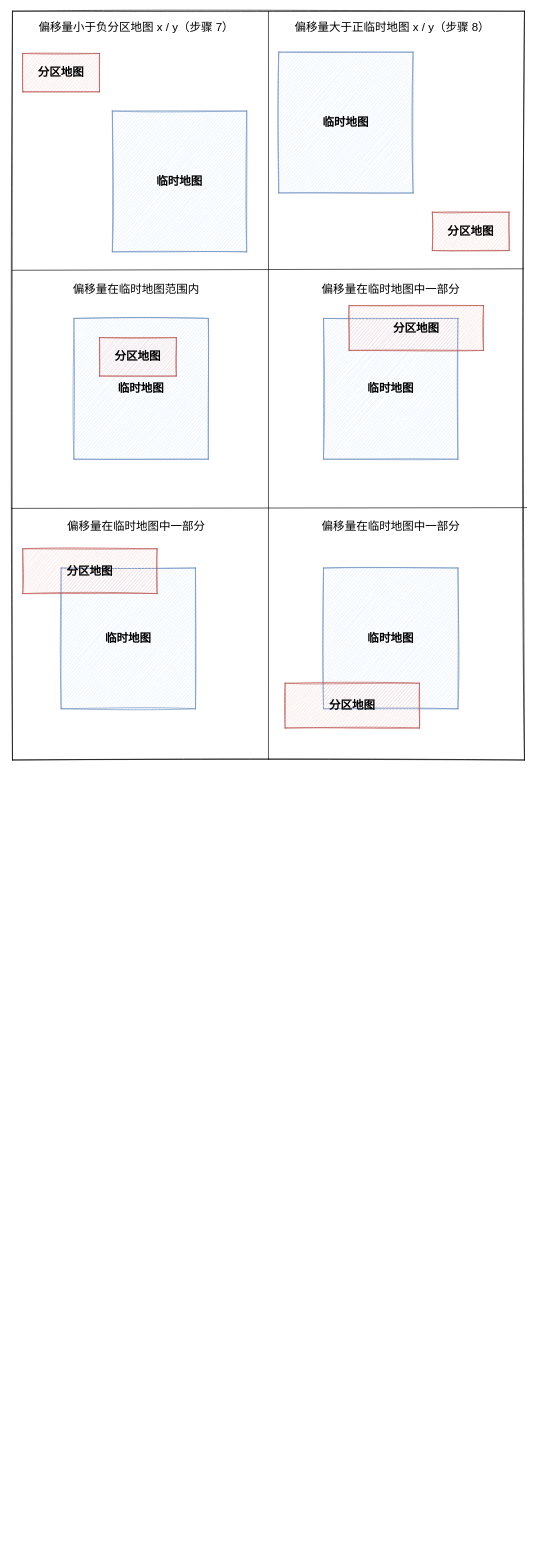
The draw.io diagram 地图融合逻辑.drawio in dev-dylan/draw.io, before the edit. Source tidied: cells renumbered, new cells numbered last; positions are measured from the earlier drawing's top-left corner, leaving out a move shared by most shapes. Both pictures are drawn from the tidied source at 64%, with x=0, y=0 at pixel (12, 11).
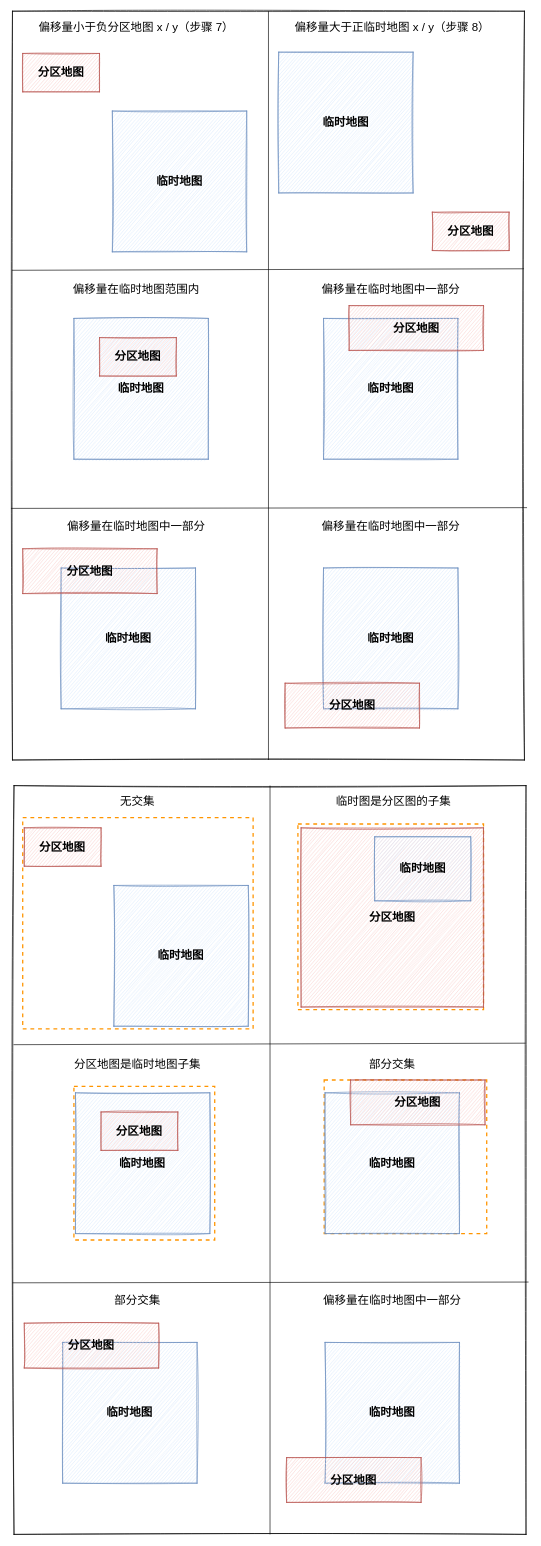
After the change.

Commit message:
更新地图融合逻辑.drawio

Change to the diagram source:
```diff
@@
+    <mxCell id="24" style="rounded=0;whiteSpace=wrap;html=1;glass=0;sketch=1;fontSize=18;" parent="1" vertex="1">
+      <mxGeometry x="2.4" y="1210" width="800" height="1170" as="geometry" />
+    </mxCell>
+    <mxCell id="25" style="rounded=0;whiteSpace=wrap;html=1;dashed=1;fillColor=none;strokeColor=#ff9500;strokeWidth=2;" parent="1" vertex="1">
+      <mxGeometry x="16" y="1260" width="360" height="330" as="geometry" />
+    </mxCell>
+    <mxCell id="26" style="rounded=0;whiteSpace=wrap;html=1;dashed=1;fillColor=none;strokeColor=#ff9500;strokeWidth=2;" parent="1" vertex="1">
+      <mxGeometry x="446" y="1270" width="290" height="290" as="geometry" />
+    </mxCell>
+    <mxCell id="27" style="rounded=0;whiteSpace=wrap;html=1;dashed=1;fillColor=none;strokeColor=#ff9500;strokeWidth=2;" parent="1" vertex="1">
+      <mxGeometry x="96" y="1680" width="220" height="240" as="geometry" />
+    </mxCell>
+    <mxCell id="28" style="rounded=0;whiteSpace=wrap;html=1;dashed=1;fillColor=none;strokeColor=#ff9500;strokeWidth=2;" parent="1" vertex="1">
+      <mxGeometry x="487" y="1670" width="254" height="240" as="geometry" />
+    </mxCell>
@@
+    <mxCell id="29" value="&lt;b&gt;&lt;font style=&quot;font-size: 18px;&quot;&gt;临时地图&lt;/font&gt;&lt;/b&gt;" style="rounded=0;whiteSpace=wrap;html=1;fillColor=#dae8fc;strokeColor=#6c8ebf;glass=0;sketch=1;" parent="1" vertex="1">
+      <mxGeometry x="158.4" y="1366" width="210" height="220" as="geometry" />
+    </mxCell>
+    <mxCell id="30" value="&lt;b&gt;&lt;font style=&quot;font-size: 18px;&quot;&gt;分区地图&lt;/font&gt;&lt;/b&gt;" style="rounded=0;whiteSpace=wrap;html=1;glass=0;sketch=1;fillColor=#f8cecc;strokeColor=#b85450;" parent="1" vertex="1">
+      <mxGeometry x="18.4" y="1276" width="120" height="60" as="geometry" />
+    </mxCell>
+    <mxCell id="31" value="&lt;b&gt;&lt;font style=&quot;font-size: 18px;&quot;&gt;分区地图&lt;/font&gt;&lt;/b&gt;" style="rounded=0;whiteSpace=wrap;html=1;glass=0;sketch=1;fillColor=#f8cecc;strokeColor=#b85450;" parent="1" vertex="1">
+      <mxGeometry x="451" y="1276" width="285" height="280" as="geometry" />
+    </mxCell>
+    <mxCell id="32" value="&lt;b&gt;&lt;font style=&quot;font-size: 18px;&quot;&gt;临时地图&lt;/font&gt;&lt;/b&gt;" style="rounded=0;whiteSpace=wrap;html=1;fillColor=#dae8fc;strokeColor=#6c8ebf;glass=0;sketch=1;" parent="1" vertex="1">
+      <mxGeometry x="566" y="1290" width="150" height="100" as="geometry" />
+    </mxCell>
+    <mxCell id="33" value="&lt;b&gt;&lt;font style=&quot;font-size: 18px;&quot;&gt;临时地图&lt;/font&gt;&lt;/b&gt;" style="rounded=0;whiteSpace=wrap;html=1;fillColor=#dae8fc;strokeColor=#6c8ebf;glass=0;sketch=1;" parent="1" vertex="1">
+      <mxGeometry x="98.4" y="1690" width="210" height="220" as="geometry" />
+    </mxCell>
+    <mxCell id="34" value="&lt;b&gt;&lt;font style=&quot;font-size: 18px;&quot;&gt;分区地图&lt;/font&gt;&lt;/b&gt;" style="rounded=0;whiteSpace=wrap;html=1;glass=0;sketch=1;fillColor=#f8cecc;strokeColor=#b85450;" parent="1" vertex="1">
+      <mxGeometry x="138.4" y="1720" width="120" height="60" as="geometry" />
+    </mxCell>
+    <mxCell id="35" style="endArrow=none;html=1;rounded=0;fontSize=18;entryX=0.5;entryY=0;entryDx=0;entryDy=0;exitX=0.5;exitY=1;exitDx=0;exitDy=0;" parent="1" edge="1" source="24" target="24">
+      <mxGeometry relative="1" as="geometry" />
+    </mxCell>
+    <mxCell id="36" value="&lt;b&gt;&lt;font style=&quot;font-size: 18px;&quot;&gt;临时地图&lt;/font&gt;&lt;/b&gt;" style="rounded=0;whiteSpace=wrap;html=1;fillColor=#dae8fc;strokeColor=#6c8ebf;glass=0;sketch=1;" parent="1" vertex="1">
+      <mxGeometry x="488.4" y="1690" width="210" height="220" as="geometry" />
+    </mxCell>
+    <mxCell id="37" value="&lt;b&gt;&lt;font style=&quot;font-size: 18px;&quot;&gt;分区地图&lt;/font&gt;&lt;/b&gt;" style="rounded=0;whiteSpace=wrap;html=1;glass=0;sketch=1;fillColor=#f8cecc;strokeColor=#b85450;" parent="1" vertex="1">
+      <mxGeometry x="528.4" y="1670" width="210" height="70" as="geometry" />
+    </mxCell>
+    <mxCell id="38" value="&lt;b&gt;&lt;font style=&quot;font-size: 18px;&quot;&gt;临时地图&lt;/font&gt;&lt;/b&gt;" style="rounded=0;whiteSpace=wrap;html=1;fillColor=#dae8fc;strokeColor=#6c8ebf;glass=0;sketch=1;" parent="1" vertex="1">
+      <mxGeometry x="78.4" y="2080" width="210" height="220" as="geometry" />
+    </mxCell>
+    <mxCell id="39" value="&lt;b&gt;&lt;font style=&quot;font-size: 18px;&quot;&gt;分区地图&lt;/font&gt;&lt;/b&gt;" style="rounded=0;whiteSpace=wrap;html=1;glass=0;sketch=1;fillColor=#f8cecc;strokeColor=#b85450;" parent="1" vertex="1">
+      <mxGeometry x="18.4" y="2050" width="210" height="70" as="geometry" />
+    </mxCell>
+    <mxCell id="40" value="&lt;b&gt;&lt;font style=&quot;font-size: 18px;&quot;&gt;临时地图&lt;/font&gt;&lt;/b&gt;" style="rounded=0;whiteSpace=wrap;html=1;fillColor=#dae8fc;strokeColor=#6c8ebf;glass=0;sketch=1;" parent="1" vertex="1">
+      <mxGeometry x="488.4" y="2080" width="210" height="220" as="geometry" />
+    </mxCell>
+    <mxCell id="41" value="&lt;b&gt;&lt;font style=&quot;font-size: 18px;&quot;&gt;分区地图&lt;/font&gt;&lt;/b&gt;" style="rounded=0;whiteSpace=wrap;html=1;glass=0;sketch=1;fillColor=#f8cecc;strokeColor=#b85450;" parent="1" vertex="1">
+      <mxGeometry x="428.4" y="2260" width="210" height="70" as="geometry" />
+    </mxCell>
+    <mxCell id="42" style="endArrow=none;html=1;rounded=0;fontSize=18;exitX=-0.001;exitY=0.346;exitDx=0;exitDy=0;exitPerimeter=0;entryX=0.999;entryY=0.344;entryDx=0;entryDy=0;entryPerimeter=0;" parent="1" edge="1" source="24" target="24">
+      <mxGeometry relative="1" as="geometry" />
+    </mxCell>
+    <mxCell id="43" style="endArrow=none;html=1;rounded=0;fontSize=18;exitX=-0.003;exitY=0.664;exitDx=0;exitDy=0;exitPerimeter=0;entryX=1.005;entryY=0.663;entryDx=0;entryDy=0;entryPerimeter=0;" parent="1" edge="1" source="24" target="24">
+      <mxGeometry relative="1" as="geometry" />
+    </mxCell>
+    <mxCell id="44" value="无交集" style="text;html=1;strokeColor=none;fillColor=none;align=center;verticalAlign=middle;whiteSpace=wrap;rounded=0;glass=0;sketch=1;fontSize=18;" parent="1" vertex="1">
+      <mxGeometry x="28.4" y="1220" width="335" height="30" as="geometry" />
+    </mxCell>
+    <mxCell id="45" value="临时图是分区图的子集" style="text;html=1;strokeColor=none;fillColor=none;align=center;verticalAlign=middle;whiteSpace=wrap;rounded=0;glass=0;sketch=1;fontSize=18;" parent="1" vertex="1">
+      <mxGeometry x="428.4" y="1220" width="335" height="30" as="geometry" />
+    </mxCell>
+    <mxCell id="46" value="分区地图是临时地图子集" style="text;html=1;strokeColor=none;fillColor=none;align=center;verticalAlign=middle;whiteSpace=wrap;rounded=0;glass=0;sketch=1;fontSize=18;" parent="1" vertex="1">
+      <mxGeometry x="28.4" y="1630" width="335" height="30" as="geometry" />
+    </mxCell>
+    <mxCell id="47" value="部分交集" style="text;html=1;strokeColor=none;fillColor=none;align=center;verticalAlign=middle;whiteSpace=wrap;rounded=0;glass=0;sketch=1;fontSize=18;" parent="1" vertex="1">
+      <mxGeometry x="425.9" y="1630" width="335" height="30" as="geometry" />
+    </mxCell>
+    <mxCell id="48" value="部分交集" style="text;html=1;strokeColor=none;fillColor=none;align=center;verticalAlign=middle;whiteSpace=wrap;rounded=0;glass=0;sketch=1;fontSize=18;" parent="1" vertex="1">
+      <mxGeometry x="28.4" y="2000" width="335" height="30" as="geometry" />
+    </mxCell>
+    <mxCell id="49" value="偏移量在临时地图中一部分" style="text;html=1;strokeColor=none;fillColor=none;align=center;verticalAlign=middle;whiteSpace=wrap;rounded=0;glass=0;sketch=1;fontSize=18;" parent="1" vertex="1">
+      <mxGeometry x="425.9" y="2000" width="335" height="30" as="geometry" />
+    </mxCell>
```
